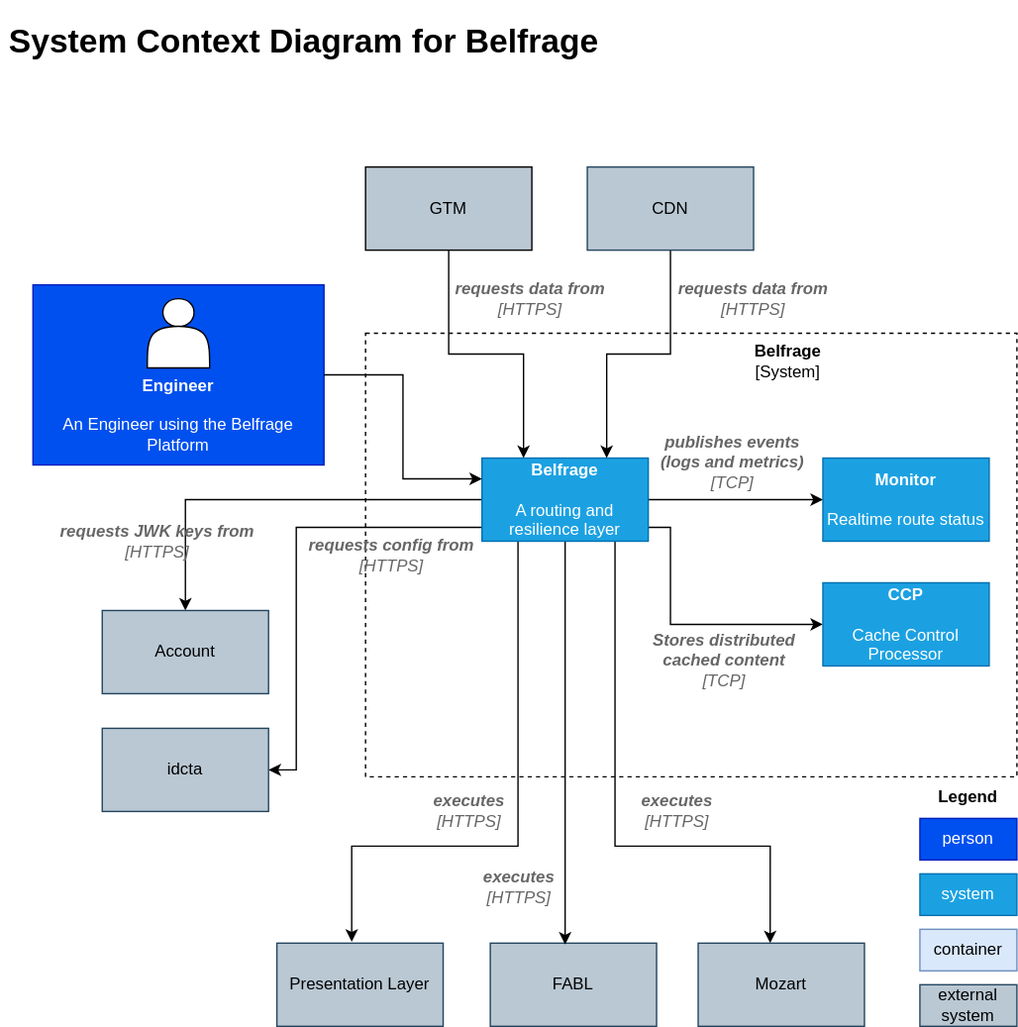
This is docs/img/architecture/c4-level-1.svg from tracy-o/learning-day, a draw.io export, as it was before one commit. Source tidied: cells renumbered, new cells last; positions are measured from the earlier drawing's top-left corner, leaving out a move shared by most shapes.
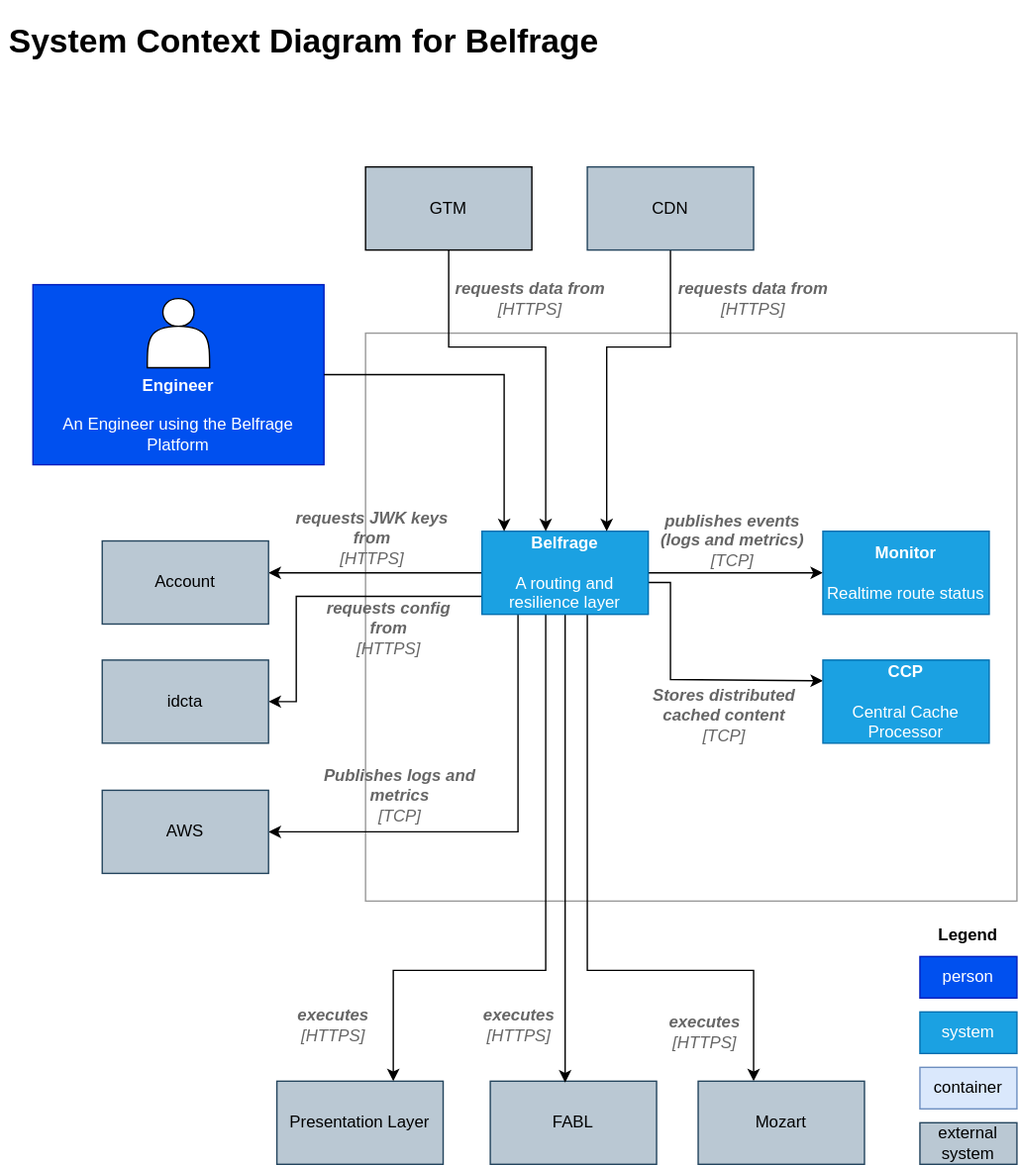
Later version of the same file.

Commit message:
Correct CCP naming and add link to AWS on level1 C4 diagram

Change to the diagram source:
```diff
@@ -2,36 +2,37 @@
   <root>
     <mxCell id="0" />
     <mxCell id="1" parent="0" />
-    <mxCell id="2" style="rounded=0;whiteSpace=wrap;html=1;dashed=1;fillColor=none;" parent="1" vertex="1">
-      <mxGeometry x="262" y="230" width="470" height="320" as="geometry" />
+    <mxCell id="2" style="rounded=0;whiteSpace=wrap;html=1;fillColor=none;strokeColor=#999999;" parent="1" vertex="1">
+      <mxGeometry x="262" y="230" width="470" height="410" as="geometry" />
     </mxCell>
     <mxCell id="3" value="Presentation Layer" style="rounded=0;whiteSpace=wrap;html=1;fillColor=#bac8d3;strokeColor=#23445d;" parent="1" vertex="1">
-      <mxGeometry x="198" y="670" width="120" height="60" as="geometry" />
+      <mxGeometry x="198" y="770" width="120" height="60" as="geometry" />
     </mxCell>
     <mxCell id="4" value="FABL" style="rounded=0;whiteSpace=wrap;html=1;fillColor=#bac8d3;strokeColor=#23445d;" parent="1" vertex="1">
-      <mxGeometry x="352" y="670" width="120" height="60" as="geometry" />
+      <mxGeometry x="352" y="770" width="120" height="60" as="geometry" />
     </mxCell>
-    <mxCell id="5" style="edgeStyle=orthogonalEdgeStyle;rounded=0;jettySize=auto;html=1;entryX=0.45;entryY=-0.017;entryDx=0;entryDy=0;entryPerimeter=0;" parent="1" edge="1" source="12" target="3">
+    <mxCell id="5" style="edgeStyle=orthogonalEdgeStyle;rounded=0;jettySize=auto;html=1;" parent="1" edge="1" source="12" target="3">
       <mxGeometry relative="1" as="geometry">
         <Array as="points">
-          <mxPoint x="372" y="600" />
-          <mxPoint x="252" y="600" />
+          <mxPoint x="392" y="690" />
+          <mxPoint x="282" y="690" />
         </Array>
       </mxGeometry>
     </mxCell>
-    <mxCell id="6" style="edgeStyle=orthogonalEdgeStyle;rounded=0;jettySize=auto;html=1;entryX=0.433;entryY=0;entryDx=0;entryDy=0;entryPerimeter=0;" parent="1" edge="1" source="12" target="18">
+    <mxCell id="6" style="edgeStyle=orthogonalEdgeStyle;rounded=0;jettySize=auto;html=1;" parent="1" edge="1" source="12" target="18">
       <mxGeometry relative="1" as="geometry">
         <Array as="points">
-          <mxPoint x="442" y="600" />
-          <mxPoint x="554" y="600" />
+          <mxPoint x="422" y="690" />
+          <mxPoint x="542" y="690" />
         </Array>
       </mxGeometry>
     </mxCell>
-    <mxCell id="7" style="edgeStyle=orthogonalEdgeStyle;rounded=0;jettySize=auto;html=1;entryX=0;entryY=0.5;entryDx=0;entryDy=0;" parent="1" edge="1" source="12" target="23">
+    <mxCell id="7" style="edgeStyle=orthogonalEdgeStyle;rounded=0;jettySize=auto;html=1;entryX=0;entryY=0.25;entryDx=0;entryDy=0;" parent="1" edge="1" source="12" target="23">
       <mxGeometry relative="1" as="geometry">
         <Array as="points">
-          <mxPoint x="482" y="370" />
-          <mxPoint x="482" y="440" />
+          <mxPoint x="482" y="410" />
+          <mxPoint x="482" y="480" />
+          <mxPoint x="592" y="480" />
         </Array>
       </mxGeometry>
     </mxCell>
@@ -39,30 +40,53 @@
       <mxGeometry relative="1" as="geometry" />
     </mxCell>
     <mxCell id="9" style="edgeStyle=orthogonalEdgeStyle;rounded=0;jettySize=auto;html=1;" parent="1" edge="1" source="12" target="25">
-      <mxGeometry relative="1" as="geometry" />
+      <mxGeometry relative="1" as="geometry">
+        <Array as="points">
+          <mxPoint x="132" y="400" />
+        </Array>
+      </mxGeometry>
     </mxCell>
     <mxCell id="10" style="edgeStyle=orthogonalEdgeStyle;rounded=0;jettySize=auto;html=1;" parent="1" edge="1" source="12" target="26">
       <mxGeometry relative="1" as="geometry">
         <Array as="points">
-          <mxPoint x="212" y="370" />
-          <mxPoint x="212" y="545" />
+          <mxPoint x="212" y="420" />
+          <mxPoint x="212" y="496" />
         </Array>
       </mxGeometry>
     </mxCell>
     <mxCell id="11" style="edgeStyle=orthogonalEdgeStyle;rounded=0;jettySize=auto;html=1;entryX=0.45;entryY=0.017;entryDx=0;entryDy=0;entryPerimeter=0;" parent="1" edge="1" source="12" target="4">
       <mxGeometry relative="1" as="geometry" />
     </mxCell>
+    <mxCell id="42" style="edgeStyle=orthogonalEdgeStyle;rounded=0;jettySize=auto;html=1;entryX=1;entryY=0.5;entryDx=0;entryDy=0;" parent="1" edge="1" source="12" target="43">
+      <mxGeometry relative="1" as="geometry">
+        <Array as="points">
+          <mxPoint x="372" y="590" />
+        </Array>
+      </mxGeometry>
+    </mxCell>
     <mxCell id="12" value="&lt;b&gt;Belfrage&lt;/b&gt;&lt;br&gt;&lt;br&gt;A routing and resilience layer" style="rounded=0;whiteSpace=wrap;html=1;fillColor=#1ba1e2;strokeColor=#006EAF;fontColor=#ffffff;" parent="1" vertex="1">
-      <mxGeometry x="346" y="320" width="120" height="60" as="geometry" />
+      <mxGeometry x="346" y="373" width="120" height="60" as="geometry" />
     </mxCell>
-    <mxCell id="13" style="edgeStyle=orthogonalEdgeStyle;rounded=0;jettySize=auto;html=1;entryX=0.25;entryY=0;entryDx=0;entryDy=0;" parent="1" edge="1" source="14" target="12">
-      <mxGeometry relative="1" as="geometry" />
+    <mxCell id="13" style="edgeStyle=orthogonalEdgeStyle;rounded=0;jettySize=auto;html=1;" parent="1" edge="1" source="14">
+      <mxGeometry relative="1" as="geometry">
+        <mxPoint x="392" y="373" as="targetPoint" />
+        <Array as="points">
+          <mxPoint x="322" y="240" />
+          <mxPoint x="392" y="240" />
+          <mxPoint x="392" y="373" />
+        </Array>
+      </mxGeometry>
     </mxCell>
     <mxCell id="14" value="GTM" style="rounded=0;whiteSpace=wrap;html=1;fillColor=#BAC8D3;" parent="1" vertex="1">
       <mxGeometry x="262" y="110" width="120" height="60" as="geometry" />
     </mxCell>
     <mxCell id="15" style="edgeStyle=orthogonalEdgeStyle;rounded=0;jettySize=auto;html=1;entryX=0.75;entryY=0;entryDx=0;entryDy=0;" parent="1" edge="1" source="16" target="12">
-      <mxGeometry relative="1" as="geometry" />
+      <mxGeometry relative="1" as="geometry">
+        <Array as="points">
+          <mxPoint x="482" y="240" />
+          <mxPoint x="436" y="240" />
+        </Array>
+      </mxGeometry>
     </mxCell>
     <mxCell id="16" value="CDN" style="rounded=0;whiteSpace=wrap;html=1;fillColor=#bac8d3;strokeColor=#23445d;" parent="1" vertex="1">
       <mxGeometry x="422" y="110" width="120" height="60" as="geometry" />
@@ -71,7 +95,7 @@
       <mxGeometry x="-0.5" width="505" height="100" as="geometry" />
     </mxCell>
     <mxCell id="18" value="Mozart" style="rounded=0;whiteSpace=wrap;html=1;fillColor=#bac8d3;strokeColor=#23445d;" parent="1" vertex="1">
-      <mxGeometry x="502" y="670" width="120" height="60" as="geometry" />
+      <mxGeometry x="502" y="770" width="120" height="60" as="geometry" />
     </mxCell>
     <mxCell id="19" style="group;" parent="1" vertex="1">
       <mxGeometry x="22" y="195" width="210" height="130" as="geometry" />
@@ -83,28 +107,22 @@
       <mxGeometry x="82.5" y="10" width="45" height="50" as="geometry" />
     </mxCell>
     <mxCell id="22" value="&lt;b&gt;Monitor&lt;/b&gt;&lt;br&gt;&lt;br&gt;Realtime route status" style="rounded=0;whiteSpace=wrap;html=1;fillColor=#1ba1e2;strokeColor=#006EAF;fontColor=#ffffff;" parent="1" vertex="1">
-      <mxGeometry x="592" y="320" width="120" height="60" as="geometry" />
+      <mxGeometry x="592" y="373" width="120" height="60" as="geometry" />
     </mxCell>
-    <mxCell id="23" value="&lt;b&gt;CCP&lt;br&gt;&lt;/b&gt;&lt;br&gt;Cache Control Processor" style="rounded=0;whiteSpace=wrap;html=1;fillColor=#1ba1e2;strokeColor=#006EAF;fontColor=#ffffff;" parent="1" vertex="1">
-      <mxGeometry x="592" y="410" width="120" height="60" as="geometry" />
+    <mxCell id="23" value="&lt;b&gt;CCP&lt;br&gt;&lt;/b&gt;&lt;br&gt;Central Cache Processor" style="rounded=0;whiteSpace=wrap;html=1;fillColor=#1ba1e2;strokeColor=#006EAF;fontColor=#ffffff;" parent="1" vertex="1">
+      <mxGeometry x="592" y="466" width="120" height="60" as="geometry" />
     </mxCell>
-    <mxCell id="24" value="&lt;b&gt;Belfrage&lt;/b&gt;&lt;br&gt;[System]" style="text;html=1;strokeColor=none;fillColor=none;align=center;verticalAlign=middle;whiteSpace=wrap;rounded=0;" parent="1" vertex="1">
-      <mxGeometry x="412" y="240" width="310" height="20" as="geometry" />
-    </mxCell>
     <mxCell id="25" value="Account" style="rounded=0;whiteSpace=wrap;html=1;fillColor=#bac8d3;strokeColor=#23445d;" parent="1" vertex="1">
-      <mxGeometry x="72" y="430" width="120" height="60" as="geometry" />
+      <mxGeometry x="72" y="380" width="120" height="60" as="geometry" />
     </mxCell>
     <mxCell id="26" value="idcta" style="rounded=0;whiteSpace=wrap;html=1;fillColor=#bac8d3;strokeColor=#23445d;" parent="1" vertex="1">
-      <mxGeometry x="72" y="515" width="120" height="60" as="geometry" />
+      <mxGeometry x="72" y="466" width="120" height="60" as="geometry" />
     </mxCell>
-    <mxCell id="27" style="edgeStyle=orthogonalEdgeStyle;rounded=0;jettySize=auto;html=1;entryX=0;entryY=0.25;entryDx=0;entryDy=0;" parent="1" edge="1" source="20" target="12">
-      <mxGeometry relative="1" as="geometry" />
-    </mxCell>
     <mxCell id="28" value="&lt;font color=&quot;#666666&quot;&gt;&lt;i&gt;&lt;b&gt;requests JWK keys from&lt;/b&gt;&lt;br&gt;[HTTPS]&lt;/i&gt;&lt;/font&gt;" style="text;html=1;strokeColor=none;fillColor=none;align=center;verticalAlign=middle;whiteSpace=wrap;rounded=0;" parent="1" vertex="1">
-      <mxGeometry x="12" y="370" width="200" height="20" as="geometry" />
+      <mxGeometry x="202" y="368" width="130" height="20" as="geometry" />
     </mxCell>
     <mxCell id="29" value="&lt;font color=&quot;#666666&quot;&gt;&lt;i&gt;&lt;b&gt;requests config from&lt;/b&gt;&lt;br&gt;[HTTPS]&lt;/i&gt;&lt;/font&gt;" style="text;html=1;strokeColor=none;fillColor=none;align=center;verticalAlign=middle;whiteSpace=wrap;rounded=0;" parent="1" vertex="1">
-      <mxGeometry x="216" y="380" width="130" height="20" as="geometry" />
+      <mxGeometry x="226" y="433" width="106" height="20" as="geometry" />
     </mxCell>
     <mxCell id="30" value="&lt;font color=&quot;#666666&quot;&gt;&lt;i&gt;&lt;b&gt;requests data from&lt;/b&gt;&lt;br&gt;[HTTPS]&lt;/i&gt;&lt;/font&gt;" style="text;html=1;strokeColor=none;fillColor=none;align=center;verticalAlign=middle;whiteSpace=wrap;rounded=0;" parent="1" vertex="1">
       <mxGeometry x="477" y="195" width="130" height="20" as="geometry" />
@@ -113,34 +131,47 @@
       <mxGeometry x="316" y="195" width="130" height="20" as="geometry" />
     </mxCell>
     <mxCell id="32" value="&lt;i&gt;&lt;font color=&quot;#666666&quot;&gt;&lt;b&gt;publishes events (logs and metrics)&lt;/b&gt; [TCP]&lt;/font&gt;&lt;/i&gt;" style="text;html=1;strokeColor=none;fillColor=none;align=center;verticalAlign=middle;whiteSpace=wrap;rounded=0;" parent="1" vertex="1">
-      <mxGeometry x="472" y="313" width="110" height="20" as="geometry" />
+      <mxGeometry x="472" y="370" width="110" height="20" as="geometry" />
     </mxCell>
     <mxCell id="33" value="&lt;i&gt;&lt;font color=&quot;#666666&quot;&gt;&lt;b&gt;Stores distributed cached content&lt;/b&gt; [TCP]&lt;/font&gt;&lt;/i&gt;" style="text;html=1;strokeColor=none;fillColor=none;align=center;verticalAlign=middle;whiteSpace=wrap;rounded=0;" parent="1" vertex="1">
-      <mxGeometry x="466" y="446" width="110" height="40" as="geometry" />
+      <mxGeometry x="466" y="486" width="110" height="40" as="geometry" />
     </mxCell>
     <mxCell id="34" value="&lt;i&gt;&lt;font color=&quot;#666666&quot;&gt;&lt;b&gt;executes&lt;/b&gt;&lt;br&gt;[HTTPS]&lt;/font&gt;&lt;/i&gt;" style="text;html=1;strokeColor=none;fillColor=none;align=center;verticalAlign=middle;whiteSpace=wrap;rounded=0;" parent="1" vertex="1">
-      <mxGeometry x="282" y="565" width="110" height="20" as="geometry" />
+      <mxGeometry x="204" y="720" width="70" height="20" as="geometry" />
     </mxCell>
     <mxCell id="35" value="&lt;i&gt;&lt;font color=&quot;#666666&quot;&gt;&lt;b&gt;executes&lt;/b&gt;&lt;br&gt;[HTTPS]&lt;/font&gt;&lt;/i&gt;" style="text;html=1;strokeColor=none;fillColor=none;align=center;verticalAlign=middle;whiteSpace=wrap;rounded=0;" parent="1" vertex="1">
-      <mxGeometry x="318" y="620" width="110" height="20" as="geometry" />
+      <mxGeometry x="318" y="720" width="110" height="20" as="geometry" />
     </mxCell>
     <mxCell id="36" value="&lt;i&gt;&lt;font color=&quot;#666666&quot;&gt;&lt;b&gt;executes&lt;/b&gt;&lt;br&gt;[HTTPS]&lt;/font&gt;&lt;/i&gt;" style="text;html=1;strokeColor=none;fillColor=none;align=center;verticalAlign=middle;whiteSpace=wrap;rounded=0;" parent="1" vertex="1">
-      <mxGeometry x="432" y="565" width="110" height="20" as="geometry" />
+      <mxGeometry x="452" y="725" width="110" height="20" as="geometry" />
     </mxCell>
     <mxCell id="37" value="container" style="rounded=0;whiteSpace=wrap;html=1;fillColor=#dae8fc;strokeColor=#6c8ebf;" parent="1" vertex="1">
-      <mxGeometry x="662" y="660" width="70" height="30" as="geometry" />
+      <mxGeometry x="662" y="760" width="70" height="30" as="geometry" />
     </mxCell>
     <mxCell id="38" value="system" style="rounded=0;whiteSpace=wrap;html=1;fillColor=#1ba1e2;strokeColor=#006EAF;fontColor=#ffffff;" parent="1" vertex="1">
-      <mxGeometry x="662" y="620" width="70" height="30" as="geometry" />
+      <mxGeometry x="662" y="720" width="70" height="30" as="geometry" />
     </mxCell>
     <mxCell id="39" value="person" style="rounded=0;whiteSpace=wrap;html=1;fillColor=#0050ef;strokeColor=#001DBC;fontColor=#ffffff;" parent="1" vertex="1">
-      <mxGeometry x="662" y="580" width="70" height="30" as="geometry" />
+      <mxGeometry x="662" y="680" width="70" height="30" as="geometry" />
     </mxCell>
     <mxCell id="40" value="external system" style="rounded=0;whiteSpace=wrap;html=1;fillColor=#bac8d3;strokeColor=#23445d;" parent="1" vertex="1">
-      <mxGeometry x="662" y="700" width="70" height="30" as="geometry" />
+      <mxGeometry x="662" y="800" width="70" height="30" as="geometry" />
     </mxCell>
     <mxCell id="41" value="&lt;b&gt;Legend&lt;/b&gt;" style="text;html=1;strokeColor=none;fillColor=none;align=center;verticalAlign=middle;whiteSpace=wrap;rounded=0;" parent="1" vertex="1">
-      <mxGeometry x="662" y="555" width="70" height="20" as="geometry" />
+      <mxGeometry x="662" y="655" width="70" height="20" as="geometry" />
     </mxCell>
+    <mxCell id="43" value="AWS&lt;br&gt;" style="rounded=0;whiteSpace=wrap;html=1;fillColor=#bac8d3;strokeColor=#23445d;" parent="1" vertex="1">
+      <mxGeometry x="72" y="560" width="120" height="60" as="geometry" />
+    </mxCell>
+    <mxCell id="27" style="edgeStyle=orthogonalEdgeStyle;rounded=0;jettySize=auto;html=1;" parent="1" edge="1" source="20" target="12">
+      <mxGeometry relative="1" as="geometry">
+        <Array as="points">
+          <mxPoint x="362" y="260" />
+        </Array>
+      </mxGeometry>
+    </mxCell>
+    <mxCell id="44" value="&lt;i&gt;&lt;font color=&quot;#666666&quot;&gt;&lt;b&gt;Publishes logs and metrics&lt;br&gt;&lt;/b&gt;[TCP]&lt;/font&gt;&lt;/i&gt;" style="text;html=1;strokeColor=none;fillColor=none;align=center;verticalAlign=middle;whiteSpace=wrap;rounded=0;" parent="1" vertex="1">
+      <mxGeometry x="212" y="544" width="150" height="40" as="geometry" />
+    </mxCell>
   </root>
 </mxGraphModel>
```
